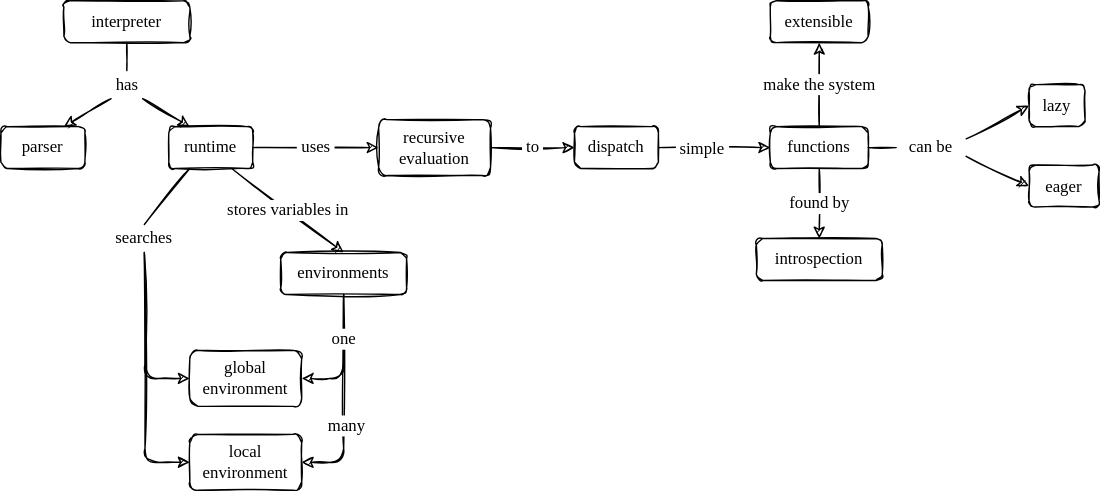
Earlier version of the draw.io export sdxpy/interpreter/interpreter_concept_map.svg (gvwilson/thirdbit). Source tidied: cells renumbered, new cells last; positions are measured from the earlier drawing's top-left corner, leaving out a move shared by most shapes.
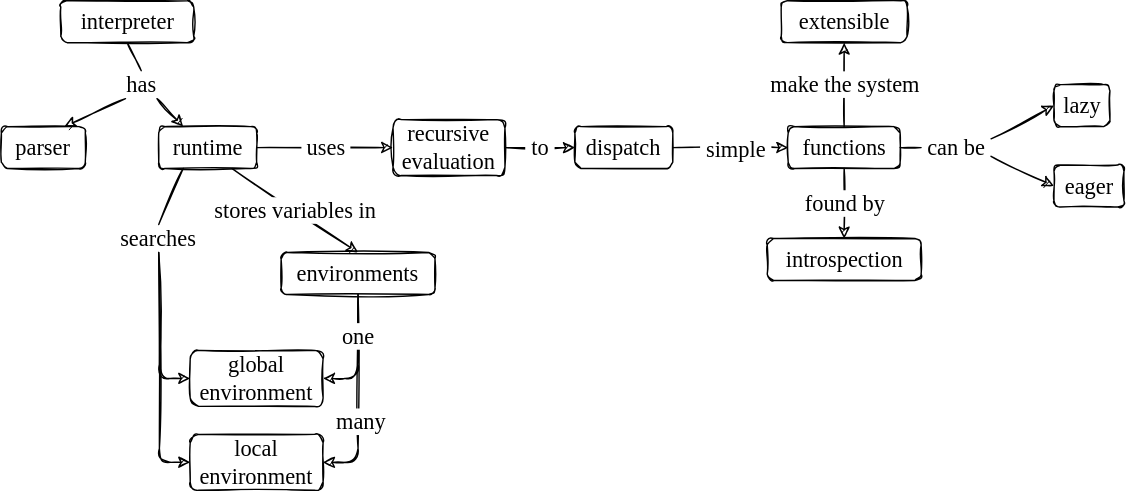
After the commit.

Change to the diagram source:
```diff
@@ -2,127 +2,127 @@
   <root>
     <mxCell id="0" />
     <mxCell id="1" parent="0" />
-    <mxCell id="2" value="parser" style="text;html=1;strokeColor=default;fillColor=none;align=center;verticalAlign=middle;whiteSpace=wrap;rounded=1;sketch=1;hachureGap=4;fontFamily=Comic Sans MS;fontSize=12;" parent="1" vertex="1">
-      <mxGeometry y="90" width="60" height="30" as="geometry" />
+    <mxCell id="2" value="parser" style="text;html=1;strokeColor=default;fillColor=none;align=center;verticalAlign=middle;whiteSpace=wrap;rounded=1;sketch=1;hachureGap=4;fontFamily=Comic Sans MS;fontSize=16;" parent="1" vertex="1">
+      <mxGeometry x="-10" y="90" width="60" height="30" as="geometry" />
     </mxCell>
-    <mxCell id="3" value="runtime" style="text;html=1;strokeColor=default;fillColor=none;align=center;verticalAlign=middle;whiteSpace=wrap;rounded=1;sketch=1;hachureGap=4;fontFamily=Comic Sans MS;fontSize=12;" parent="1" vertex="1">
-      <mxGeometry x="120" y="90" width="60" height="30" as="geometry" />
+    <mxCell id="3" value="runtime" style="text;html=1;strokeColor=default;fillColor=none;align=center;verticalAlign=middle;whiteSpace=wrap;rounded=1;sketch=1;hachureGap=4;fontFamily=Comic Sans MS;fontSize=16;" parent="1" vertex="1">
+      <mxGeometry x="102.5" y="90" width="70" height="30" as="geometry" />
     </mxCell>
-    <mxCell id="4" value="interpreter" style="text;html=1;strokeColor=default;fillColor=none;align=center;verticalAlign=middle;whiteSpace=wrap;rounded=1;sketch=1;hachureGap=4;fontFamily=Comic Sans MS;fontSize=12;" parent="1" vertex="1">
-      <mxGeometry x="45" width="90" height="30" as="geometry" />
+    <mxCell id="4" value="interpreter" style="text;html=1;strokeColor=default;fillColor=none;align=center;verticalAlign=middle;whiteSpace=wrap;rounded=1;sketch=1;hachureGap=4;fontFamily=Comic Sans MS;fontSize=16;" parent="1" vertex="1">
+      <mxGeometry x="32.5" width="95" height="30" as="geometry" />
     </mxCell>
-    <mxCell id="5" value="recursive evaluation" style="text;html=1;strokeColor=default;fillColor=none;align=center;verticalAlign=middle;whiteSpace=wrap;rounded=1;sketch=1;hachureGap=4;fontFamily=Comic Sans MS;fontSize=12;" parent="1" vertex="1">
+    <mxCell id="5" value="recursive evaluation" style="text;html=1;strokeColor=default;fillColor=none;align=center;verticalAlign=middle;whiteSpace=wrap;rounded=1;sketch=1;hachureGap=4;fontFamily=Comic Sans MS;fontSize=16;" parent="1" vertex="1">
       <mxGeometry x="270" y="85" width="80" height="40" as="geometry" />
     </mxCell>
-    <mxCell id="6" value="dispatch" style="text;html=1;strokeColor=default;fillColor=none;align=center;verticalAlign=middle;whiteSpace=wrap;rounded=1;sketch=1;hachureGap=4;fontFamily=Comic Sans MS;fontSize=12;" parent="1" vertex="1">
-      <mxGeometry x="410" y="90" width="60" height="30" as="geometry" />
+    <mxCell id="6" value="dispatch" style="text;html=1;strokeColor=default;fillColor=none;align=center;verticalAlign=middle;whiteSpace=wrap;rounded=1;sketch=1;hachureGap=4;fontFamily=Comic Sans MS;fontSize=16;" parent="1" vertex="1">
+      <mxGeometry x="400" y="90" width="70" height="30" as="geometry" />
     </mxCell>
-    <mxCell id="7" value="environments" style="text;html=1;strokeColor=default;fillColor=none;align=center;verticalAlign=middle;whiteSpace=wrap;rounded=1;sketch=1;hachureGap=4;fontFamily=Comic Sans MS;fontSize=12;" parent="1" vertex="1">
-      <mxGeometry x="200" y="180" width="90" height="30" as="geometry" />
+    <mxCell id="7" value="environments" style="text;html=1;strokeColor=default;fillColor=none;align=center;verticalAlign=middle;whiteSpace=wrap;rounded=1;sketch=1;hachureGap=4;fontFamily=Comic Sans MS;fontSize=16;" parent="1" vertex="1">
+      <mxGeometry x="190" y="180" width="110" height="30" as="geometry" />
     </mxCell>
-    <mxCell id="8" value="global environment" style="text;html=1;strokeColor=default;fillColor=none;align=center;verticalAlign=middle;whiteSpace=wrap;rounded=1;sketch=1;hachureGap=4;fontFamily=Comic Sans MS;fontSize=12;" parent="1" vertex="1">
-      <mxGeometry x="135" y="250" width="80" height="40" as="geometry" />
+    <mxCell id="8" value="global environment" style="text;html=1;strokeColor=default;fillColor=none;align=center;verticalAlign=middle;whiteSpace=wrap;rounded=1;sketch=1;hachureGap=4;fontFamily=Comic Sans MS;fontSize=16;" parent="1" vertex="1">
+      <mxGeometry x="125" y="250" width="95" height="40" as="geometry" />
     </mxCell>
-    <mxCell id="9" value="local environment" style="text;html=1;strokeColor=default;fillColor=none;align=center;verticalAlign=middle;whiteSpace=wrap;rounded=1;sketch=1;hachureGap=4;fontFamily=Comic Sans MS;fontSize=12;" parent="1" vertex="1">
-      <mxGeometry x="135" y="310" width="80" height="40" as="geometry" />
+    <mxCell id="9" value="local environment" style="text;html=1;strokeColor=default;fillColor=none;align=center;verticalAlign=middle;whiteSpace=wrap;rounded=1;sketch=1;hachureGap=4;fontFamily=Comic Sans MS;fontSize=16;" parent="1" vertex="1">
+      <mxGeometry x="125" y="310" width="95" height="40" as="geometry" />
     </mxCell>
-    <mxCell id="10" value="introspection" style="text;html=1;strokeColor=default;fillColor=none;align=center;verticalAlign=middle;whiteSpace=wrap;rounded=1;sketch=1;hachureGap=4;fontFamily=Comic Sans MS;fontSize=12;" parent="1" vertex="1">
-      <mxGeometry x="540" y="170" width="90" height="30" as="geometry" />
+    <mxCell id="10" value="introspection" style="text;html=1;strokeColor=default;fillColor=none;align=center;verticalAlign=middle;whiteSpace=wrap;rounded=1;sketch=1;hachureGap=4;fontFamily=Comic Sans MS;fontSize=16;" parent="1" vertex="1">
+      <mxGeometry x="537.5" y="170" width="110" height="30" as="geometry" />
     </mxCell>
-    <mxCell id="11" value="functions" style="text;html=1;strokeColor=default;fillColor=none;align=center;verticalAlign=middle;whiteSpace=wrap;rounded=1;sketch=1;hachureGap=4;fontFamily=Comic Sans MS;fontSize=12;" parent="1" vertex="1">
-      <mxGeometry x="550" y="90" width="70" height="30" as="geometry" />
+    <mxCell id="11" value="functions" style="text;html=1;strokeColor=default;fillColor=none;align=center;verticalAlign=middle;whiteSpace=wrap;rounded=1;sketch=1;hachureGap=4;fontFamily=Comic Sans MS;fontSize=16;" parent="1" vertex="1">
+      <mxGeometry x="552.5" y="90" width="80" height="30" as="geometry" />
     </mxCell>
-    <mxCell id="12" value="lazy" style="text;html=1;strokeColor=default;fillColor=none;align=center;verticalAlign=middle;whiteSpace=wrap;rounded=1;sketch=1;hachureGap=4;fontFamily=Comic Sans MS;fontSize=12;" parent="1" vertex="1">
-      <mxGeometry x="735" y="60" width="40" height="30" as="geometry" />
+    <mxCell id="12" value="lazy" style="text;html=1;strokeColor=default;fillColor=none;align=center;verticalAlign=middle;whiteSpace=wrap;rounded=1;sketch=1;hachureGap=4;fontFamily=Comic Sans MS;fontSize=16;" parent="1" vertex="1">
+      <mxGeometry x="742.5" y="60" width="40" height="30" as="geometry" />
     </mxCell>
-    <mxCell id="13" value="eager" style="text;html=1;strokeColor=default;fillColor=none;align=center;verticalAlign=middle;whiteSpace=wrap;rounded=1;sketch=1;hachureGap=4;fontFamily=Comic Sans MS;fontSize=12;" parent="1" vertex="1">
-      <mxGeometry x="735" y="117.5" width="50" height="30" as="geometry" />
+    <mxCell id="13" value="eager" style="text;html=1;strokeColor=default;fillColor=none;align=center;verticalAlign=middle;whiteSpace=wrap;rounded=1;sketch=1;hachureGap=4;fontFamily=Comic Sans MS;fontSize=16;" parent="1" vertex="1">
+      <mxGeometry x="742.5" y="117.5" width="50" height="30" as="geometry" />
     </mxCell>
-    <mxCell id="14" value="extensible" style="text;html=1;strokeColor=default;fillColor=none;align=center;verticalAlign=middle;whiteSpace=wrap;rounded=1;sketch=1;hachureGap=4;fontFamily=Comic Sans MS;fontSize=12;" parent="1" vertex="1">
-      <mxGeometry x="550" width="70" height="30" as="geometry" />
+    <mxCell id="14" value="extensible" style="text;html=1;strokeColor=default;fillColor=none;align=center;verticalAlign=middle;whiteSpace=wrap;rounded=1;sketch=1;hachureGap=4;fontFamily=Comic Sans MS;fontSize=16;" parent="1" vertex="1">
+      <mxGeometry x="547.5" width="90" height="30" as="geometry" />
     </mxCell>
-    <mxCell id="15" value="has" style="text;html=1;strokeColor=none;fillColor=none;align=center;verticalAlign=middle;whiteSpace=wrap;rounded=0;sketch=1;hachureGap=4;fontFamily=Comic Sans MS;fontSize=12;" parent="1" vertex="1">
+    <mxCell id="15" value="has" style="text;html=1;strokeColor=none;fillColor=none;align=center;verticalAlign=middle;whiteSpace=wrap;rounded=0;sketch=1;hachureGap=4;fontFamily=Comic Sans MS;fontSize=16;" parent="1" vertex="1">
       <mxGeometry x="67.5" y="50" width="45" height="20" as="geometry" />
     </mxCell>
-    <mxCell id="16" style="endArrow=none;html=1;rounded=1;sketch=1;hachureGap=4;fontFamily=Comic Sans MS;fontSize=12;sourcePerimeterSpacing=8;targetPerimeterSpacing=8;entryX=0.5;entryY=1;entryDx=0;entryDy=0;exitX=0.5;exitY=0;exitDx=0;exitDy=0;" parent="1" edge="1" source="15" target="4">
+    <mxCell id="16" style="endArrow=none;html=1;rounded=1;sketch=1;hachureGap=4;fontFamily=Comic Sans MS;fontSize=16;sourcePerimeterSpacing=8;targetPerimeterSpacing=8;entryX=0.5;entryY=1;entryDx=0;entryDy=0;exitX=0.5;exitY=0;exitDx=0;exitDy=0;" parent="1" edge="1" source="15" target="4">
       <mxGeometry relative="1" as="geometry" />
     </mxCell>
-    <mxCell id="17" style="endArrow=classic;html=1;rounded=1;sketch=1;hachureGap=4;fontFamily=Comic Sans MS;fontSize=12;sourcePerimeterSpacing=8;targetPerimeterSpacing=8;exitX=0.25;exitY=1;exitDx=0;exitDy=0;entryX=0.75;entryY=0;entryDx=0;entryDy=0;" parent="1" edge="1" source="15" target="2">
+    <mxCell id="17" style="endArrow=classic;html=1;rounded=1;sketch=1;hachureGap=4;fontFamily=Comic Sans MS;fontSize=16;sourcePerimeterSpacing=8;targetPerimeterSpacing=8;exitX=0.25;exitY=1;exitDx=0;exitDy=0;entryX=0.75;entryY=0;entryDx=0;entryDy=0;" parent="1" edge="1" source="15" target="2">
       <mxGeometry relative="1" as="geometry" />
     </mxCell>
-    <mxCell id="18" style="endArrow=classic;html=1;rounded=1;sketch=1;hachureGap=4;fontFamily=Comic Sans MS;fontSize=12;sourcePerimeterSpacing=8;targetPerimeterSpacing=8;entryX=0.25;entryY=0;entryDx=0;entryDy=0;exitX=0.75;exitY=1;exitDx=0;exitDy=0;" parent="1" edge="1" source="15" target="3">
+    <mxCell id="18" style="endArrow=classic;html=1;rounded=1;sketch=1;hachureGap=4;fontFamily=Comic Sans MS;fontSize=16;sourcePerimeterSpacing=8;targetPerimeterSpacing=8;entryX=0.25;entryY=0;entryDx=0;entryDy=0;exitX=0.75;exitY=1;exitDx=0;exitDy=0;" parent="1" edge="1" source="15" target="3">
       <mxGeometry relative="1" as="geometry" />
     </mxCell>
-    <mxCell id="19" value="&amp;nbsp;uses&amp;nbsp;" style="endArrow=classic;html=1;rounded=1;sketch=1;hachureGap=4;fontFamily=Comic Sans MS;fontSize=12;sourcePerimeterSpacing=8;targetPerimeterSpacing=8;exitX=1;exitY=0.5;exitDx=0;exitDy=0;entryX=0;entryY=0.5;entryDx=0;entryDy=0;" parent="1" edge="1" source="3" target="5">
+    <mxCell id="19" value="&amp;nbsp;uses&amp;nbsp;" style="endArrow=classic;html=1;rounded=1;sketch=1;hachureGap=4;fontFamily=Comic Sans MS;fontSize=16;sourcePerimeterSpacing=8;targetPerimeterSpacing=8;exitX=1;exitY=0.5;exitDx=0;exitDy=0;entryX=0;entryY=0.5;entryDx=0;entryDy=0;" parent="1" edge="1" source="3" target="5">
       <mxGeometry relative="1" as="geometry" />
     </mxCell>
-    <mxCell id="20" value="stores variables in" style="endArrow=classic;html=1;rounded=1;sketch=1;hachureGap=4;fontFamily=Comic Sans MS;fontSize=12;sourcePerimeterSpacing=8;targetPerimeterSpacing=8;exitX=0.75;exitY=1;exitDx=0;exitDy=0;entryX=0.5;entryY=0;entryDx=0;entryDy=0;" parent="1" edge="1" source="3" target="7">
+    <mxCell id="20" value="stores variables in" style="endArrow=classic;html=1;rounded=1;sketch=1;hachureGap=4;fontFamily=Comic Sans MS;fontSize=16;sourcePerimeterSpacing=8;targetPerimeterSpacing=8;exitX=0.75;exitY=1;exitDx=0;exitDy=0;entryX=0.5;entryY=0;entryDx=0;entryDy=0;" parent="1" edge="1" source="3" target="7">
       <mxGeometry relative="1" as="geometry" />
     </mxCell>
-    <mxCell id="21" value="can be" style="text;html=1;strokeColor=none;fillColor=none;align=center;verticalAlign=middle;whiteSpace=wrap;rounded=0;sketch=1;hachureGap=4;fontFamily=Comic Sans MS;fontSize=12;" parent="1" vertex="1">
-      <mxGeometry x="640" y="92.5" width="50" height="25" as="geometry" />
+    <mxCell id="21" value="can be" style="text;html=1;strokeColor=none;fillColor=none;align=center;verticalAlign=middle;whiteSpace=wrap;rounded=0;sketch=1;hachureGap=4;fontFamily=Comic Sans MS;fontSize=16;" parent="1" vertex="1">
+      <mxGeometry x="647.5" y="92.5" width="50" height="25" as="geometry" />
     </mxCell>
-    <mxCell id="22" style="endArrow=classic;html=1;rounded=1;sketch=1;hachureGap=4;fontFamily=Comic Sans MS;fontSize=12;sourcePerimeterSpacing=8;targetPerimeterSpacing=8;entryX=0;entryY=0.5;entryDx=0;entryDy=0;exitX=1;exitY=0.25;exitDx=0;exitDy=0;" parent="1" edge="1" source="21" target="12">
+    <mxCell id="22" style="endArrow=classic;html=1;rounded=1;sketch=1;hachureGap=4;fontFamily=Comic Sans MS;fontSize=16;sourcePerimeterSpacing=8;targetPerimeterSpacing=8;entryX=0;entryY=0.5;entryDx=0;entryDy=0;exitX=1;exitY=0.25;exitDx=0;exitDy=0;" parent="1" edge="1" source="21" target="12">
       <mxGeometry relative="1" as="geometry" />
     </mxCell>
-    <mxCell id="23" style="endArrow=classic;html=1;rounded=1;sketch=1;hachureGap=4;fontFamily=Comic Sans MS;fontSize=12;sourcePerimeterSpacing=8;targetPerimeterSpacing=8;entryX=0;entryY=0.5;entryDx=0;entryDy=0;exitX=1;exitY=0.75;exitDx=0;exitDy=0;" parent="1" edge="1" source="21" target="13">
+    <mxCell id="23" style="endArrow=classic;html=1;rounded=1;sketch=1;hachureGap=4;fontFamily=Comic Sans MS;fontSize=16;sourcePerimeterSpacing=8;targetPerimeterSpacing=8;entryX=0;entryY=0.5;entryDx=0;entryDy=0;exitX=1;exitY=0.75;exitDx=0;exitDy=0;" parent="1" edge="1" source="21" target="13">
       <mxGeometry relative="1" as="geometry" />
     </mxCell>
-    <mxCell id="24" value="found by" style="endArrow=classic;html=1;rounded=1;sketch=1;hachureGap=4;fontFamily=Comic Sans MS;fontSize=12;sourcePerimeterSpacing=8;targetPerimeterSpacing=8;exitX=0.5;exitY=1;exitDx=0;exitDy=0;entryX=0.5;entryY=0;entryDx=0;entryDy=0;" parent="1" edge="1" source="11" target="10">
+    <mxCell id="24" value="found by" style="endArrow=classic;html=1;rounded=1;sketch=1;hachureGap=4;fontFamily=Comic Sans MS;fontSize=16;sourcePerimeterSpacing=8;targetPerimeterSpacing=8;exitX=0.5;exitY=1;exitDx=0;exitDy=0;entryX=0.5;entryY=0;entryDx=0;entryDy=0;" parent="1" edge="1" source="11" target="10">
       <mxGeometry relative="1" as="geometry" />
     </mxCell>
-    <mxCell id="25" value="searches" style="text;html=1;strokeColor=none;fillColor=none;align=center;verticalAlign=middle;whiteSpace=wrap;rounded=0;sketch=1;hachureGap=4;fontFamily=Comic Sans MS;fontSize=12;" parent="1" vertex="1">
+    <mxCell id="25" value="searches" style="text;html=1;strokeColor=none;fillColor=none;align=center;verticalAlign=middle;whiteSpace=wrap;rounded=0;sketch=1;hachureGap=4;fontFamily=Comic Sans MS;fontSize=16;" parent="1" vertex="1">
       <mxGeometry x="70" y="160" width="65" height="20" as="geometry" />
     </mxCell>
-    <mxCell id="26" style="endArrow=none;html=1;rounded=1;sketch=1;hachureGap=4;fontFamily=Comic Sans MS;fontSize=12;sourcePerimeterSpacing=8;targetPerimeterSpacing=8;entryX=0.25;entryY=1;entryDx=0;entryDy=0;exitX=0.5;exitY=0;exitDx=0;exitDy=0;" parent="1" edge="1" source="25" target="3">
+    <mxCell id="26" style="endArrow=none;html=1;rounded=1;sketch=1;hachureGap=4;fontFamily=Comic Sans MS;fontSize=16;sourcePerimeterSpacing=8;targetPerimeterSpacing=8;entryX=0.25;entryY=1;entryDx=0;entryDy=0;exitX=0.5;exitY=0;exitDx=0;exitDy=0;" parent="1" edge="1" source="25" target="3">
       <mxGeometry relative="1" as="geometry" />
     </mxCell>
-    <mxCell id="27" style="endArrow=classic;html=1;rounded=1;sketch=1;hachureGap=4;fontFamily=Comic Sans MS;fontSize=12;sourcePerimeterSpacing=8;targetPerimeterSpacing=8;entryX=0;entryY=0.5;entryDx=0;entryDy=0;exitX=0.5;exitY=1;exitDx=0;exitDy=0;" parent="1" edge="1" source="25" target="8">
+    <mxCell id="27" style="endArrow=classic;html=1;rounded=1;sketch=1;hachureGap=4;fontFamily=Comic Sans MS;fontSize=16;sourcePerimeterSpacing=8;targetPerimeterSpacing=8;entryX=0;entryY=0.5;entryDx=0;entryDy=0;exitX=0.5;exitY=1;exitDx=0;exitDy=0;" parent="1" edge="1" source="25" target="8">
       <mxGeometry relative="1" as="geometry">
         <Array as="points">
           <mxPoint x="103" y="270" />
         </Array>
       </mxGeometry>
     </mxCell>
-    <mxCell id="28" style="endArrow=classic;html=1;rounded=1;sketch=1;hachureGap=4;fontFamily=Comic Sans MS;fontSize=12;sourcePerimeterSpacing=8;targetPerimeterSpacing=8;exitX=0.5;exitY=1;exitDx=0;exitDy=0;entryX=0;entryY=0.5;entryDx=0;entryDy=0;" parent="1" edge="1" source="25" target="9">
+    <mxCell id="28" style="endArrow=classic;html=1;rounded=1;sketch=1;hachureGap=4;fontFamily=Comic Sans MS;fontSize=16;sourcePerimeterSpacing=8;targetPerimeterSpacing=8;exitX=0.5;exitY=1;exitDx=0;exitDy=0;entryX=0;entryY=0.5;entryDx=0;entryDy=0;" parent="1" edge="1" source="25" target="9">
       <mxGeometry relative="1" as="geometry">
         <Array as="points">
           <mxPoint x="103" y="330" />
         </Array>
       </mxGeometry>
     </mxCell>
-    <mxCell id="29" style="endArrow=classic;html=1;rounded=1;sketch=1;hachureGap=4;fontFamily=Comic Sans MS;fontSize=12;sourcePerimeterSpacing=8;targetPerimeterSpacing=8;exitX=0.5;exitY=1;exitDx=0;exitDy=0;entryX=1;entryY=0.5;entryDx=0;entryDy=0;" parent="1" edge="1" source="7" target="9">
+    <mxCell id="29" style="endArrow=classic;html=1;rounded=1;sketch=1;hachureGap=4;fontFamily=Comic Sans MS;fontSize=16;sourcePerimeterSpacing=8;targetPerimeterSpacing=8;exitX=0.5;exitY=1;exitDx=0;exitDy=0;entryX=1;entryY=0.5;entryDx=0;entryDy=0;" parent="1" edge="1" source="7" target="9">
       <mxGeometry relative="1" as="geometry">
         <Array as="points">
           <mxPoint x="245" y="330" />
         </Array>
       </mxGeometry>
     </mxCell>
-    <mxCell id="30" value="many" style="edgeLabel;html=1;align=center;verticalAlign=middle;fontSize=12;fontFamily=Comic Sans MS;" parent="29" vertex="1">
+    <mxCell id="30" value="many" style="edgeLabel;html=1;align=center;verticalAlign=middle;fontSize=16;fontFamily=Comic Sans MS;" parent="29" vertex="1">
       <mxGeometry x="0.24" y="1" relative="1" as="geometry" />
     </mxCell>
-    <mxCell id="31" value="one" style="endArrow=classic;html=1;rounded=1;sketch=1;hachureGap=4;fontFamily=Comic Sans MS;fontSize=12;sourcePerimeterSpacing=8;targetPerimeterSpacing=8;entryX=1;entryY=0.5;entryDx=0;entryDy=0;exitX=0.5;exitY=1;exitDx=0;exitDy=0;" parent="1" edge="1" source="7" target="8">
+    <mxCell id="31" value="one" style="endArrow=classic;html=1;rounded=1;sketch=1;hachureGap=4;fontFamily=Comic Sans MS;fontSize=16;sourcePerimeterSpacing=8;targetPerimeterSpacing=8;entryX=1;entryY=0.5;entryDx=0;entryDy=0;exitX=0.5;exitY=1;exitDx=0;exitDy=0;" parent="1" edge="1" source="7" target="8">
       <mxGeometry x="-0.29" relative="1" as="geometry">
         <Array as="points">
           <mxPoint x="245" y="270" />
         </Array>
       </mxGeometry>
     </mxCell>
-    <mxCell id="32" value="&amp;nbsp;to&amp;nbsp;" style="endArrow=classic;html=1;rounded=1;sketch=1;hachureGap=4;fontFamily=Comic Sans MS;fontSize=12;sourcePerimeterSpacing=8;targetPerimeterSpacing=8;exitX=1;exitY=0.5;exitDx=0;exitDy=0;entryX=0;entryY=0.5;entryDx=0;entryDy=0;" parent="1" edge="1" source="5" target="6">
+    <mxCell id="32" value="&amp;nbsp;to&amp;nbsp;" style="endArrow=classic;html=1;rounded=1;sketch=1;hachureGap=4;fontFamily=Comic Sans MS;fontSize=16;sourcePerimeterSpacing=8;targetPerimeterSpacing=8;exitX=1;exitY=0.5;exitDx=0;exitDy=0;entryX=0;entryY=0.5;entryDx=0;entryDy=0;" parent="1" edge="1" source="5" target="6">
       <mxGeometry relative="1" as="geometry" />
     </mxCell>
-    <mxCell id="33" style="endArrow=none;html=1;rounded=1;sketch=1;hachureGap=4;fontFamily=Comic Sans MS;fontSize=12;sourcePerimeterSpacing=8;targetPerimeterSpacing=8;entryX=0;entryY=0.5;entryDx=0;entryDy=0;exitX=1;exitY=0.5;exitDx=0;exitDy=0;" parent="1" edge="1" source="11" target="21">
+    <mxCell id="33" style="endArrow=none;html=1;rounded=1;sketch=1;hachureGap=4;fontFamily=Comic Sans MS;fontSize=16;sourcePerimeterSpacing=8;targetPerimeterSpacing=8;entryX=0;entryY=0.5;entryDx=0;entryDy=0;exitX=1;exitY=0.5;exitDx=0;exitDy=0;" parent="1" edge="1" source="11" target="21">
       <mxGeometry relative="1" as="geometry" />
     </mxCell>
-    <mxCell id="34" style="endArrow=classic;html=1;rounded=1;sketch=1;hachureGap=4;fontFamily=Comic Sans MS;fontSize=12;sourcePerimeterSpacing=8;targetPerimeterSpacing=8;entryX=0;entryY=0.5;entryDx=0;entryDy=0;exitX=1;exitY=0.5;exitDx=0;exitDy=0;" parent="1" edge="1" source="6" target="11">
+    <mxCell id="34" style="endArrow=classic;html=1;rounded=1;sketch=1;hachureGap=4;fontFamily=Comic Sans MS;fontSize=16;sourcePerimeterSpacing=8;targetPerimeterSpacing=8;entryX=0;entryY=0.5;entryDx=0;entryDy=0;exitX=1;exitY=0.5;exitDx=0;exitDy=0;" parent="1" edge="1" source="6" target="11">
       <mxGeometry relative="1" as="geometry" />
     </mxCell>
-    <mxCell id="35" value="&amp;nbsp;simple&amp;nbsp;" style="edgeLabel;html=1;align=center;verticalAlign=middle;fontSize=12;fontFamily=Comic Sans MS;" parent="34" vertex="1">
+    <mxCell id="35" value="&amp;nbsp;simple&amp;nbsp;" style="edgeLabel;html=1;align=center;verticalAlign=middle;fontSize=16;fontFamily=Comic Sans MS;" parent="34" vertex="1">
       <mxGeometry x="0.04" y="2" relative="1" as="geometry">
-        <mxPoint x="-12" y="2" as="offset" />
+        <mxPoint x="1" y="2" as="offset" />
       </mxGeometry>
     </mxCell>
-    <mxCell id="36" value="make the system" style="endArrow=classic;html=1;rounded=1;sketch=1;hachureGap=4;fontFamily=Comic Sans MS;fontSize=12;sourcePerimeterSpacing=8;targetPerimeterSpacing=8;entryX=0.5;entryY=1;entryDx=0;entryDy=0;exitX=0.5;exitY=0;exitDx=0;exitDy=0;" parent="1" edge="1" source="11" target="14">
+    <mxCell id="36" value="make the system" style="endArrow=classic;html=1;rounded=1;sketch=1;hachureGap=4;fontFamily=Comic Sans MS;fontSize=16;sourcePerimeterSpacing=8;targetPerimeterSpacing=8;entryX=0.5;entryY=1;entryDx=0;entryDy=0;exitX=0.5;exitY=0;exitDx=0;exitDy=0;" parent="1" edge="1" source="11" target="14">
       <mxGeometry relative="1" as="geometry" />
     </mxCell>
   </root>
```
